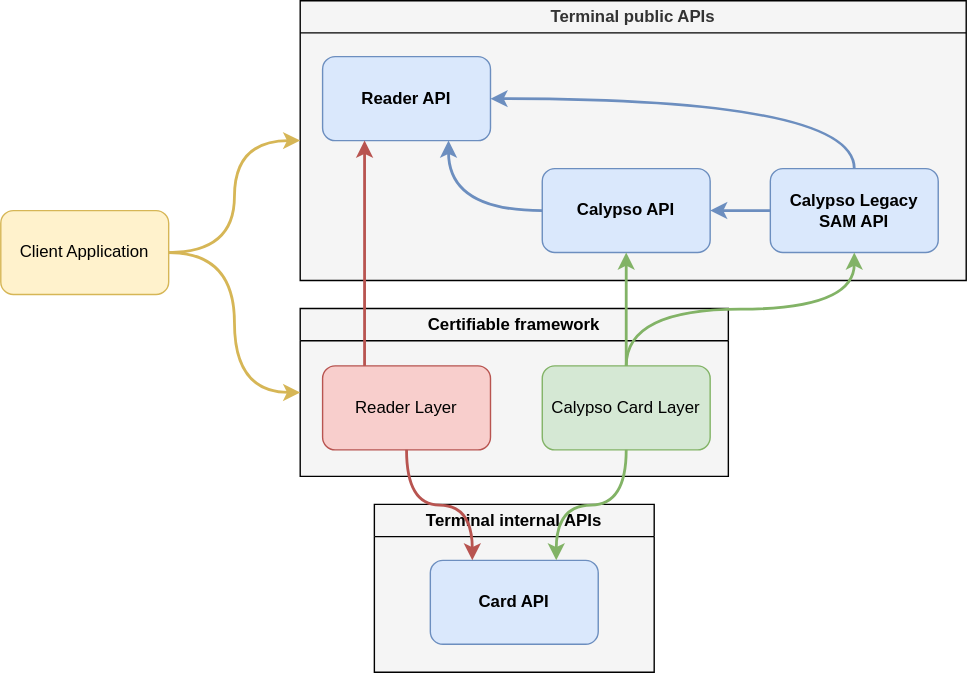
This is static/media/uml/apis_dependencies_overview.drawio.svg from calypsonet/calypsonet-terminal-api-website, a draw.io export, as it was before one commit. Source tidied: cells renumbered, new cells last; positions are measured from the earlier drawing's top-left corner, leaving out a move shared by most shapes.
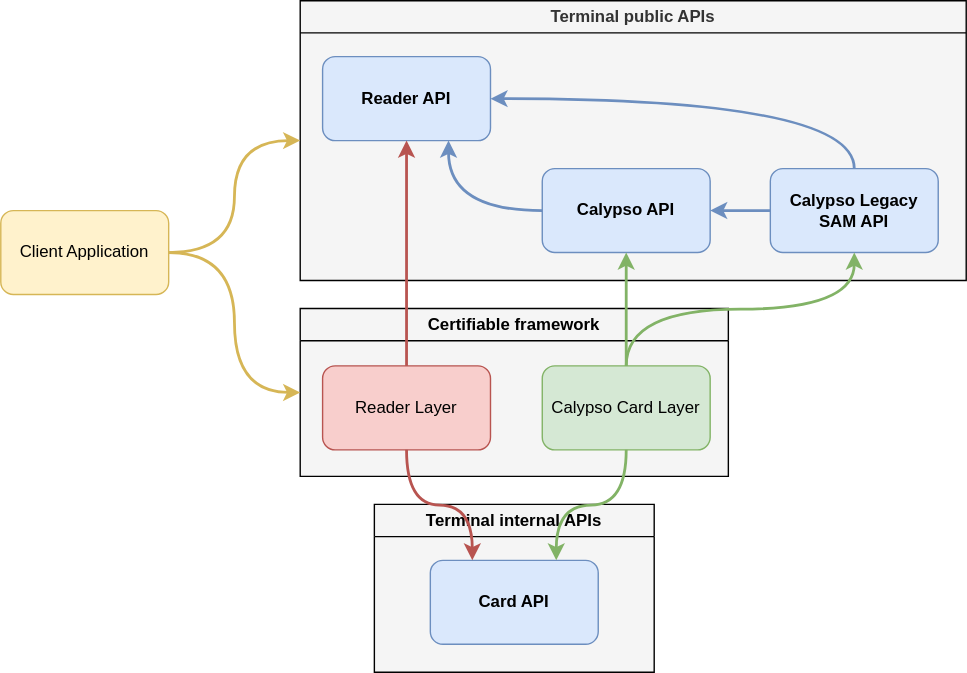
The same file after the commit.

Commit message:
docs: update APIs diagram

Change to the diagram source:
```diff
@@ -53,7 +53,7 @@
     <mxCell id="18" style="edgeStyle=orthogonalEdgeStyle;jettySize=auto;html=1;entryX=0.75;entryY=0;entryDx=0;entryDy=0;exitX=0.5;exitY=1;exitDx=0;exitDy=0;curved=1;fillColor=#d5e8d4;strokeColor=#82b366;strokeWidth=2;" parent="1" edge="1" source="13" target="10">
       <mxGeometry relative="1" as="geometry" />
     </mxCell>
-    <mxCell id="19" style="edgeStyle=orthogonalEdgeStyle;rounded=0;jettySize=auto;html=1;entryX=0.25;entryY=1;entryDx=0;entryDy=0;exitX=0.25;exitY=0;exitDx=0;exitDy=0;fillColor=#f8cecc;strokeColor=#b85450;strokeWidth=2;" parent="1" edge="1" source="12" target="3">
+    <mxCell id="19" style="edgeStyle=orthogonalEdgeStyle;rounded=0;jettySize=auto;html=1;entryX=0.5;entryY=1;entryDx=0;entryDy=0;exitX=0.5;exitY=0;exitDx=0;exitDy=0;fillColor=#f8cecc;strokeColor=#b85450;strokeWidth=2;" parent="1" edge="1" source="12" target="3">
       <mxGeometry relative="1" as="geometry" />
     </mxCell>
     <mxCell id="20" style="edgeStyle=orthogonalEdgeStyle;rounded=0;jettySize=auto;html=1;entryX=0.5;entryY=1;entryDx=0;entryDy=0;fillColor=#d5e8d4;strokeColor=#82b366;strokeWidth=2;" parent="1" edge="1" source="13" target="8">
```
